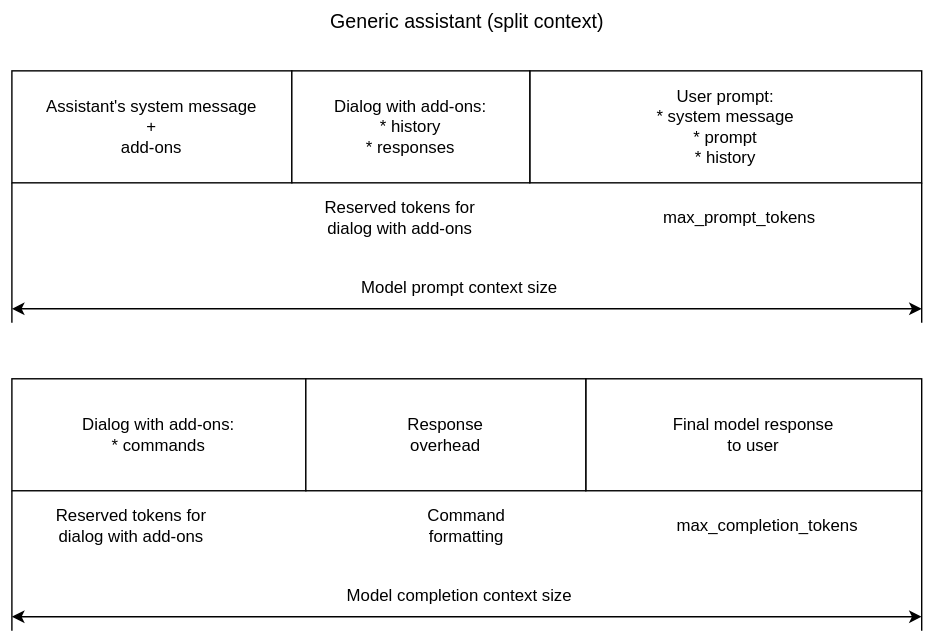
Before: generic_assistant_split_context_breakdown.svg, a diagram exported from draw.io (epam/ai-dial-assistant). Source tidied: cells renumbered, new cells last; positions are measured from the earlier drawing's top-left corner, leaving out a move shared by most shapes.
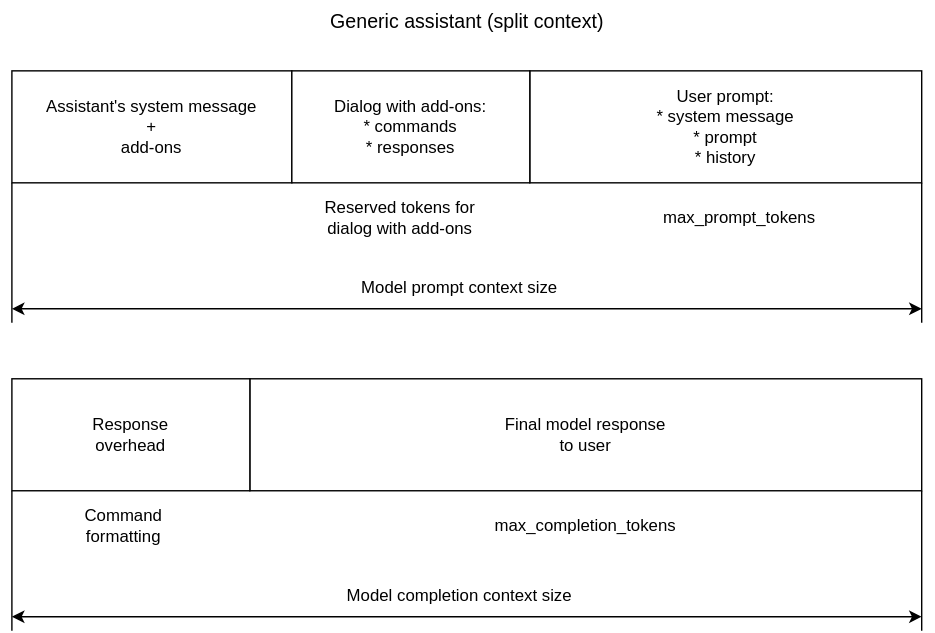
Later version of the same file.

The edit, as a diff of the source:
```diff
@@ -8,7 +8,7 @@
     <mxCell id="3" value="User prompt:&lt;br&gt;* system message&lt;br&gt;* prompt&lt;br&gt;* history" style="rounded=0;whiteSpace=wrap;html=1;" parent="1" vertex="1">
       <mxGeometry x="370" y="50" width="280" height="80" as="geometry" />
     </mxCell>
-    <mxCell id="4" value="Dialog with add-ons:&lt;br&gt;* history&lt;br&gt;* responses" style="rounded=0;whiteSpace=wrap;html=1;" parent="1" vertex="1">
+    <mxCell id="4" value="Dialog with add-ons:&lt;br&gt;* commands&lt;br&gt;* responses" style="rounded=0;whiteSpace=wrap;html=1;" parent="1" vertex="1">
       <mxGeometry x="200" y="50" width="170" height="80" as="geometry" />
     </mxCell>
     <mxCell id="5" value="&lt;font style=&quot;font-size: 14px;&quot;&gt;Generic assistant (split context)&lt;/font&gt;" style="text;html=1;strokeColor=none;fillColor=none;align=center;verticalAlign=middle;whiteSpace=wrap;rounded=0;" parent="1" vertex="1">
@@ -40,28 +40,22 @@
     <mxCell id="11" value="Model prompt context size" style="text;html=1;strokeColor=none;fillColor=none;align=center;verticalAlign=middle;whiteSpace=wrap;rounded=0;" parent="1" vertex="1">
       <mxGeometry x="240" y="190" width="160" height="30" as="geometry" />
     </mxCell>
-    <mxCell id="12" value="Dialog with add-ons:&lt;br&gt;* commands" style="rounded=0;whiteSpace=wrap;html=1;" parent="1" vertex="1">
-      <mxGeometry y="270" width="210" height="80" as="geometry" />
-    </mxCell>
     <mxCell id="13" value="Final model response&lt;br&gt;to user" style="rounded=0;whiteSpace=wrap;html=1;" parent="1" vertex="1">
-      <mxGeometry x="410" y="270" width="240" height="80" as="geometry" />
+      <mxGeometry x="170" y="270" width="480" height="80" as="geometry" />
     </mxCell>
     <mxCell id="14" value="max_completion_tokens" style="text;html=1;strokeColor=none;fillColor=none;align=center;verticalAlign=middle;whiteSpace=wrap;rounded=0;" parent="1" vertex="1">
-      <mxGeometry x="470" y="360" width="140" height="30" as="geometry" />
+      <mxGeometry x="340" y="360" width="140" height="30" as="geometry" />
     </mxCell>
-    <mxCell id="15" value="Reserved tokens for dialog with add-ons" style="text;html=1;strokeColor=none;fillColor=none;align=center;verticalAlign=middle;whiteSpace=wrap;rounded=0;" parent="1" vertex="1">
-      <mxGeometry x="27.5" y="360" width="115" height="30" as="geometry" />
-    </mxCell>
     <mxCell id="16" style="endArrow=none;html=1;rounded=0;entryX=1;entryY=1;entryDx=0;entryDy=0;" parent="1" edge="1" target="13">
       <mxGeometry relative="1" as="geometry">
         <mxPoint x="650" y="450" as="sourcePoint" />
       </mxGeometry>
     </mxCell>
     <mxCell id="17" value="Response&lt;br&gt;overhead" style="rounded=0;whiteSpace=wrap;html=1;" parent="1" vertex="1">
-      <mxGeometry x="210" y="270" width="200" height="80" as="geometry" />
+      <mxGeometry y="270" width="170" height="80" as="geometry" />
     </mxCell>
     <mxCell id="18" value="Command formatting" style="text;html=1;strokeColor=none;fillColor=none;align=center;verticalAlign=middle;whiteSpace=wrap;rounded=0;" parent="1" vertex="1">
-      <mxGeometry x="295" y="360" width="60" height="30" as="geometry" />
+      <mxGeometry x="50" y="360" width="60" height="30" as="geometry" />
     </mxCell>
     <mxCell id="19" style="endArrow=none;html=1;rounded=0;entryX=0;entryY=1;entryDx=0;entryDy=0;" parent="1" edge="1">
       <mxGeometry relative="1" as="geometry">
```
